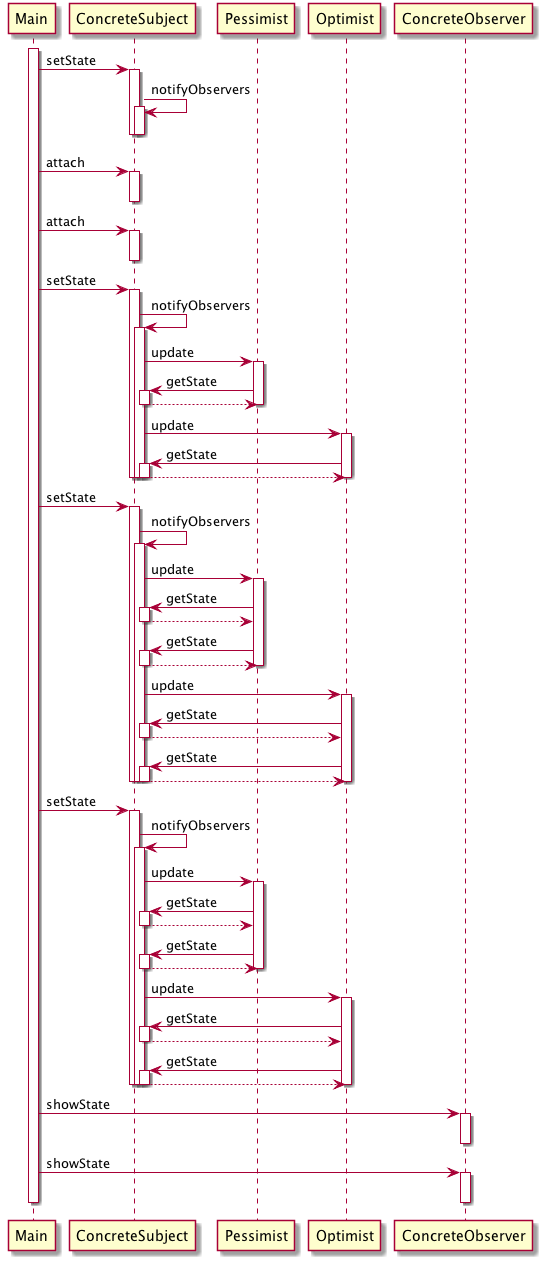
Above: java-uml-parser/src/main/resources/uml-sequence-test.png in kanghuawu/JavaUML_Parser (PlantUML), before the change.
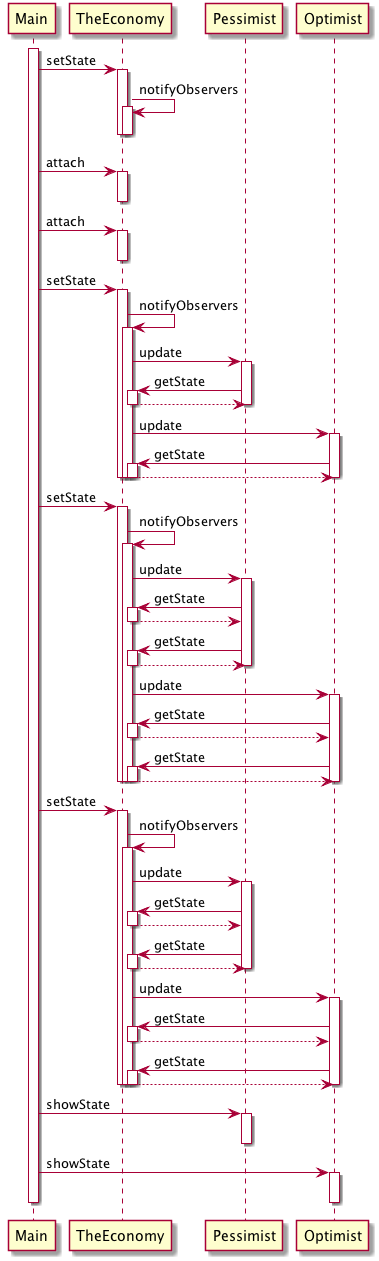
Above is the later version.

Commit message:
change joinpoint method

What changed in the source:
```diff
@@ -1,99 +1,99 @@
 @startuml
 participant Main
 activate Main
-Main -> ConcreteSubject : setState
-activate ConcreteSubject
-ConcreteSubject -> ConcreteSubject : notifyObservers
-activate ConcreteSubject
-deactivate ConcreteSubject
-deactivate ConcreteSubject
-Main -> ConcreteSubject : attach
-activate ConcreteSubject
-deactivate ConcreteSubject
-Main -> ConcreteSubject : attach
-activate ConcreteSubject
-deactivate ConcreteSubject
-Main -> ConcreteSubject : setState
-activate ConcreteSubject
-ConcreteSubject -> ConcreteSubject : notifyObservers
-activate ConcreteSubject
-ConcreteSubject -> Pessimist : update
+Main -> TheEconomy : setState
+activate TheEconomy
+TheEconomy -> TheEconomy : notifyObservers
+activate TheEconomy
+deactivate TheEconomy
+deactivate TheEconomy
+Main -> TheEconomy : attach
+activate TheEconomy
+deactivate TheEconomy
+Main -> TheEconomy : attach
+activate TheEconomy
+deactivate TheEconomy
+Main -> TheEconomy : setState
+activate TheEconomy
+TheEconomy -> TheEconomy : notifyObservers
+activate TheEconomy
+TheEconomy -> Pessimist : update
 activate Pessimist
-Pessimist -> ConcreteSubject : getState
-activate ConcreteSubject
-ConcreteSubject --> Pessimist
-deactivate ConcreteSubject
+Pessimist -> TheEconomy : getState
+activate TheEconomy
+TheEconomy --> Pessimist
+deactivate TheEconomy
 deactivate Pessimist
-ConcreteSubject -> Optimist : update
+TheEconomy -> Optimist : update
 activate Optimist
-Optimist -> ConcreteSubject : getState
-activate ConcreteSubject
-ConcreteSubject --> Optimist
-deactivate ConcreteSubject
+Optimist -> TheEconomy : getState
+activate TheEconomy
+TheEconomy --> Optimist
+deactivate TheEconomy
 deactivate Optimist
-deactivate ConcreteSubject
-deactivate ConcreteSubject
-Main -> ConcreteSubject : setState
-activate ConcreteSubject
-ConcreteSubject -> ConcreteSubject : notifyObservers
-activate ConcreteSubject
-ConcreteSubject -> Pessimist : update
+deactivate TheEconomy
+deactivate TheEconomy
+Main -> TheEconomy : setState
+activate TheEconomy
+TheEconomy -> TheEconomy : notifyObservers
+activate TheEconomy
+TheEconomy -> Pessimist : update
 activate Pessimist
-Pessimist -> ConcreteSubject : getState
-activate ConcreteSubject
-ConcreteSubject --> Pessimist
-deactivate ConcreteSubject
-Pessimist -> ConcreteSubject : getState
-activate ConcreteSubject
-ConcreteSubject --> Pessimist
-deactivate ConcreteSubject
+Pessimist -> TheEconomy : getState
+activate TheEconomy
+TheEconomy --> Pessimist
+deactivate TheEconomy
+Pessimist -> TheEconomy : getState
+activate TheEconomy
+TheEconomy --> Pessimist
+deactivate TheEconomy
 deactivate Pessimist
-ConcreteSubject -> Optimist : update
+TheEconomy -> Optimist : update
 activate Optimist
-Optimist -> ConcreteSubject : getState
-activate ConcreteSubject
-ConcreteSubject --> Optimist
-deactivate ConcreteSubject
-Optimist -> ConcreteSubject : getState
-activate ConcreteSubject
-ConcreteSubject --> Optimist
-deactivate ConcreteSubject
+Optimist -> TheEconomy : getState
+activate TheEconomy
+TheEconomy --> Optimist
+deactivate TheEconomy
+Optimist -> TheEconomy : getState
+activate TheEconomy
+TheEconomy --> Optimist
+deactivate TheEconomy
 deactivate Optimist
-deactivate ConcreteSubject
-deactivate ConcreteSubject
-Main -> ConcreteSubject : setState
-activate ConcreteSubject
-ConcreteSubject -> ConcreteSubject : notifyObservers
-activate ConcreteSubject
-ConcreteSubject -> Pessimist : update
+deactivate TheEconomy
+deactivate TheEconomy
+Main -> TheEconomy : setState
+activate TheEconomy
+TheEconomy -> TheEconomy : notifyObservers
+activate TheEconomy
+TheEconomy -> Pessimist : update
 activate Pessimist
-Pessimist -> ConcreteSubject : getState
-activate ConcreteSubject
-ConcreteSubject --> Pessimist
-deactivate ConcreteSubject
-Pessimist -> ConcreteSubject : getState
-activate ConcreteSubject
-ConcreteSubject --> Pessimist
-deactivate ConcreteSubject
+Pessimist -> TheEconomy : getState
+activate TheEconomy
+TheEconomy --> Pessimist
+deactivate TheEconomy
+Pessimist -> TheEconomy : getState
+activate TheEconomy
+TheEconomy --> Pessimist
+deactivate TheEconomy
 deactivate Pessimist
-ConcreteSubject -> Optimist : update
+TheEconomy -> Optimist : update
 activate Optimist
-Optimist -> ConcreteSubject : getState
-activate ConcreteSubject
-ConcreteSubject --> Optimist
-deactivate ConcreteSubject
-Optimist -> ConcreteSubject : getState
-activate ConcreteSubject
-ConcreteSubject --> Optimist
-deactivate ConcreteSubject
+Optimist -> TheEconomy : getState
+activate TheEconomy
+TheEconomy --> Optimist
+deactivate TheEconomy
+Optimist -> TheEconomy : getState
+activate TheEconomy
+TheEconomy --> Optimist
+deactivate TheEconomy
 deactivate Optimist
-deactivate ConcreteSubject
-deactivate ConcreteSubject
-Main -> ConcreteObserver : showState
-activate ConcreteObserver
-deactivate ConcreteObserver
-Main -> ConcreteObserver : showState
-activate ConcreteObserver
-deactivate ConcreteObserver
+deactivate TheEconomy
+deactivate TheEconomy
+Main -> Pessimist : showState
+activate Pessimist
+deactivate Pessimist
+Main -> Optimist : showState
+activate Optimist
+deactivate Optimist
 deactivate Main
 @enduml
```
